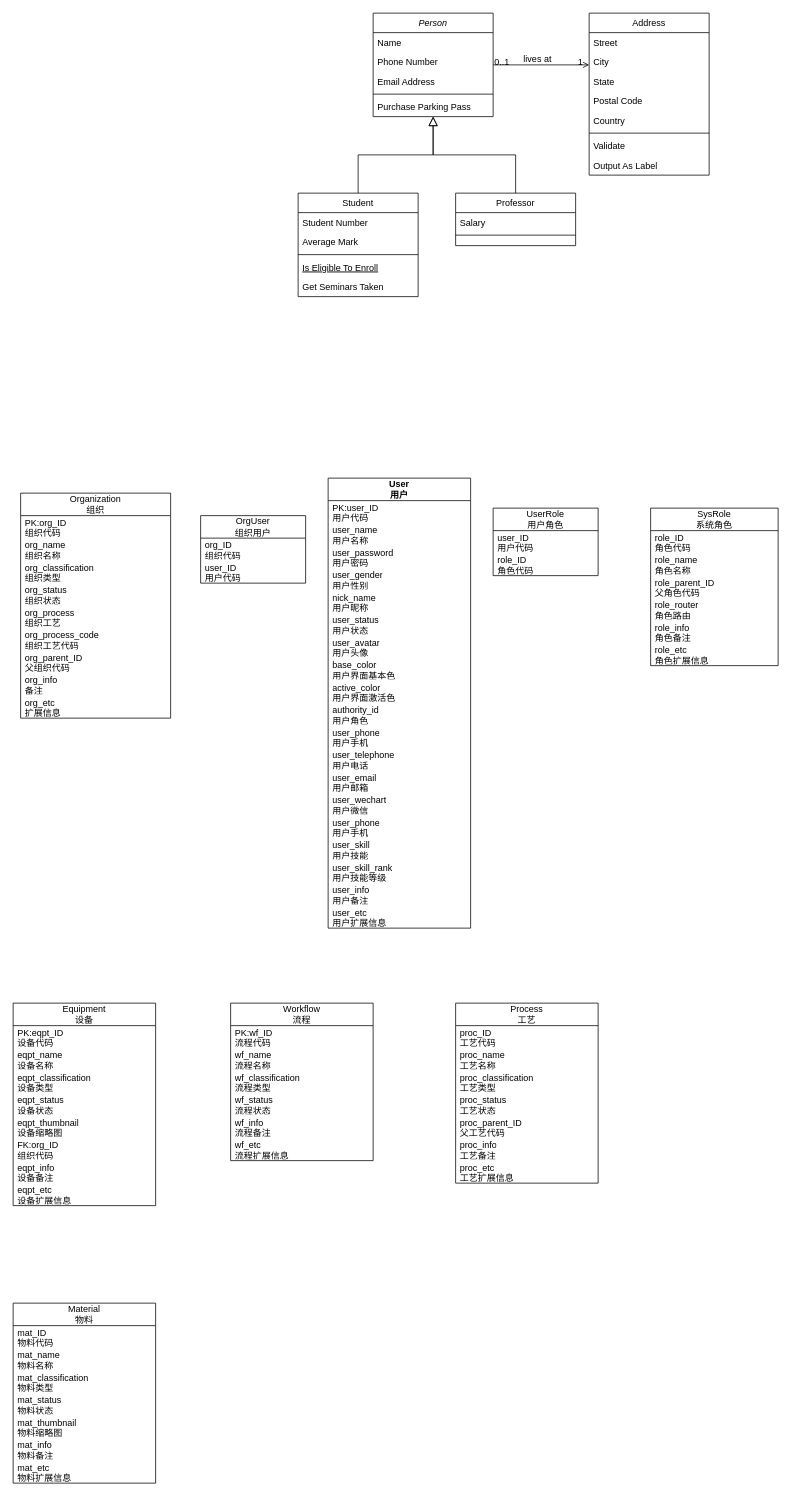
Before: 未命名绘图.drawio in dofospider/gin-vue-admin-learn, a draw.io diagram. Source tidied: cells renumbered, new cells numbered last; positions are measured from the earlier drawing's top-left corner, leaving out a move shared by most shapes. Both pictures are drawn from the tidied source at 75%, with x=0, y=0 at pixel (13, 13).
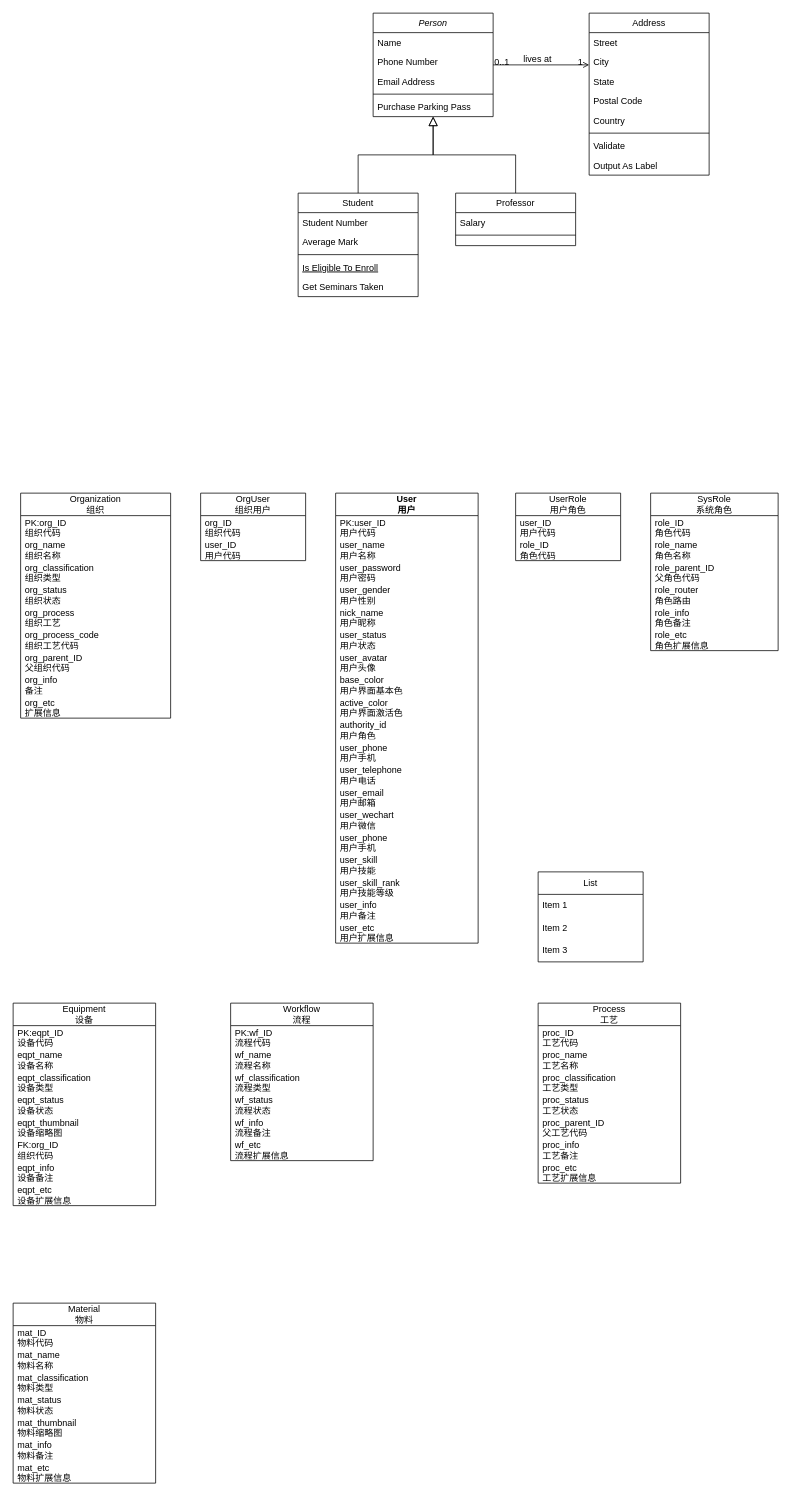
Above is the later version.

Commit message:
更新未命名绘图.drawio

Diff of the diagram source:
```diff
@@
     <mxCell id="42" value="User&lt;br&gt;用户" style="swimlane;fontStyle=1;horizontal=1;startSize=30;whiteSpace=wrap;html=1;" parent="1" vertex="1">
-      <mxGeometry x="420" y="620" width="190" height="600" as="geometry" />
+      <mxGeometry x="430" y="640" width="190" height="600" as="geometry" />
     </mxCell>
@@
     <mxCell id="71" value="SysRole&lt;br&gt;系统角色" style="swimlane;fontStyle=0;horizontal=1;startSize=30;whiteSpace=wrap;html=1;" parent="1" vertex="1">
-      <mxGeometry x="850" y="660" width="170" height="210" as="geometry" />
+      <mxGeometry x="850" y="640" width="170" height="210" as="geometry" />
     </mxCell>
@@
     <mxCell id="93" value="Process&lt;br&gt;工艺" style="swimlane;fontStyle=0;horizontal=1;startSize=30;whiteSpace=wrap;html=1;" parent="1" vertex="1">
-      <mxGeometry x="590" y="1320" width="190" height="240" as="geometry" />
+      <mxGeometry x="700" y="1320" width="190" height="240" as="geometry" />
     </mxCell>
@@
     <mxCell id="101" value="UserRole&lt;br&gt;用户角色" style="swimlane;fontStyle=0;horizontal=1;startSize=30;whiteSpace=wrap;html=1;" parent="1" vertex="1">
-      <mxGeometry x="640" y="660" width="140" height="90" as="geometry" />
+      <mxGeometry x="670" y="640" width="140" height="90" as="geometry" />
     </mxCell>
@@
     <mxCell id="104" value="OrgUser&lt;br&gt;组织用户" style="swimlane;fontStyle=0;horizontal=1;startSize=30;whiteSpace=wrap;html=1;" parent="1" vertex="1">
-      <mxGeometry x="250" y="670" width="140" height="90" as="geometry" />
+      <mxGeometry x="250" y="640" width="140" height="90" as="geometry" />
     </mxCell>
@@
+    <mxCell id="107" value="List" style="swimlane;fontStyle=0;horizontal=1;startSize=30;whiteSpace=wrap;html=1;" parent="1" vertex="1">
+      <mxGeometry x="700" y="1145" width="140" height="120" as="geometry" />
+    </mxCell>
+    <mxCell id="108" value="Item 1" style="text;strokeColor=none;fillColor=none;align=left;verticalAlign=middle;spacingLeft=4;spacingRight=4;overflow=hidden;whiteSpace=wrap;html=1;" parent="107" vertex="1">
+      <mxGeometry y="30" width="140" height="30" as="geometry" />
+    </mxCell>
+    <mxCell id="109" value="Item 2" style="text;strokeColor=none;fillColor=none;align=left;verticalAlign=middle;spacingLeft=4;spacingRight=4;overflow=hidden;whiteSpace=wrap;html=1;" parent="107" vertex="1">
+      <mxGeometry y="60" width="140" height="30" as="geometry" />
+    </mxCell>
+    <mxCell id="110" value="Item 3" style="text;strokeColor=none;fillColor=none;align=left;verticalAlign=middle;spacingLeft=4;spacingRight=4;overflow=hidden;whiteSpace=wrap;html=1;" parent="107" vertex="1">
+      <mxGeometry y="90" width="140" height="30" as="geometry" />
+    </mxCell>
```
